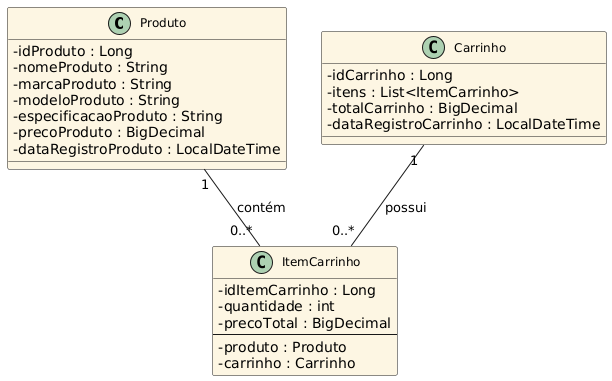
Earlier version of the PlantUML export UML.png (Douglas4J/OnHardware).
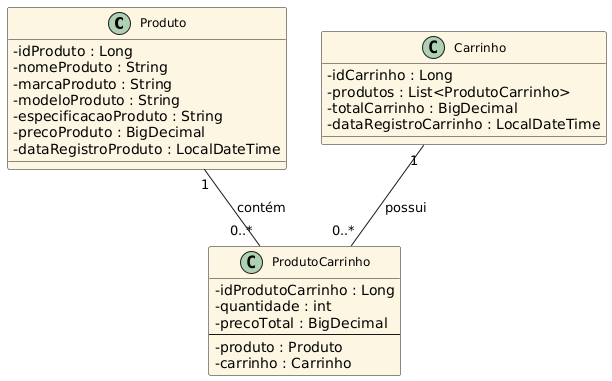
Later version of the same file.

Change to the diagram source:
```diff
@@ -14,8 +14,8 @@
   - dataRegistroProduto : LocalDateTime
 }
 
-class ItemCarrinho {
-  - idItemCarrinho : Long
+class ProdutoCarrinho {
+  - idProdutoCarrinho : Long
   - quantidade : int
   - precoTotal : BigDecimal
   --
@@ -25,11 +25,11 @@
 
 class Carrinho {
   - idCarrinho : Long
-  - itens : List<ItemCarrinho>
+  - produtos : List<ProdutoCarrinho>
   - totalCarrinho : BigDecimal
   - dataRegistroCarrinho : LocalDateTime
 }
 
-Produto "1" -- "0..*" ItemCarrinho : contém
-Carrinho "1" -- "0..*" ItemCarrinho : possui
+Produto "1" -- "0..*" ProdutoCarrinho : contém
+Carrinho "1" -- "0..*" ProdutoCarrinho : possui
 @enduml
```
